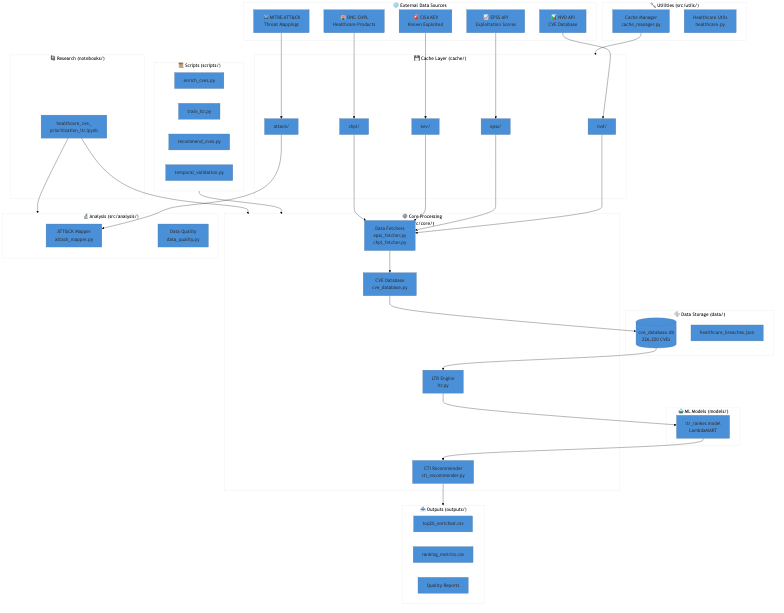
The Mermaid diagram cti_recommender/docs/diagrams/project_architecture.png in er-vinay-india/healthcare-vuln-prioritization-ltr, before a commit. Its source is kept beside it as cti_recommender/docs/diagrams/project_architecture.mmd. Its diagram source:
```mermaid
%%{init: {'theme': 'base', 'themeVariables': { 'primaryColor': '#4a90d9', 'secondaryColor': '#f0f0f0', 'tertiaryColor': '#fff'}}}%%
flowchart TB
    subgraph External["🌐 External Data Sources"]
        NVD["📊 NVD API<br/>CVE Database"]
        EPSS["📈 EPSS API<br/>Exploitation Scores"]
        KEV["🚨 CISA KEV<br/>Known Exploited"]
        ATTACK["⚔️ MITRE ATT&CK<br/>Threat Mappings"]
        CHPL["🏥 ONC CHPL<br/>Healthcare Products"]
    end

    subgraph Cache["💾 Cache Layer (cache/)"]
        NVD_C["nvd/"]
        EPSS_C["epss/"]
        KEV_C["kev/"]
        ATTACK_C["attack/"]
        CHPL_C["chpl/"]
    end

    subgraph Core["⚙️ Core Processing (src/core/)"]
        FETCHER["Data Fetchers<br/>epss_fetcher.py<br/>chpl_fetcher.py"]
        DB["CVE Database<br/>cve_database.py"]
        LTR["LTR Engine<br/>ltr.py"]
        RECOMMENDER["CTI Recommender<br/>cti_recommender.py"]
    end

    subgraph Analysis["🔬 Analysis (src/analysis/)"]
        ATTACK_MAP["ATT&CK Mapper<br/>attack_mapper.py"]
        QUALITY["Data Quality<br/>data_quality.py"]
    end

    subgraph Utils["🔧 Utilities (src/utils/)"]
        CACHE_MGR["Cache Manager<br/>cache_manager.py"]
        HEALTHCARE["Healthcare Utils<br/>healthcare.py"]
    end

    subgraph Storage["💿 Data Storage (data/)"]
        SQLITE[("cve_database.db<br/>226,320 CVEs")]
        BREACHES["healthcare_breaches.json"]
    end

    subgraph Models["🤖 ML Models (models/)"]
        LTR_MODEL["ltr_ranker.model<br/>LambdaMART"]
    end

    subgraph Outputs["📤 Outputs (outputs/)"]
        TOP20["top20_enriched.csv"]
        METRICS["ranking_metrics.csv"]
        REPORTS["Quality Reports"]
    end

    subgraph Scripts["📜 Scripts (scripts/)"]
        ENRICH["enrich_cves.py"]
        TRAIN["train_ltr.py"]
        RECOMMEND["recommend_cves.py"]
        VALIDATE["temporal_validation.py"]
    end

    subgraph Notebook["📓 Research (notebooks/)"]
        NB["healthcare_cve_<br/>prioritization_ltr.ipynb"]
    end

    NVD --> NVD_C
    EPSS --> EPSS_C
    KEV --> KEV_C
    ATTACK --> ATTACK_C
    CHPL --> CHPL_C

    NVD_C --> FETCHER
    EPSS_C --> FETCHER
    KEV_C --> FETCHER
    CHPL_C --> FETCHER
    ATTACK_C --> ATTACK_MAP

    FETCHER --> DB
    DB --> SQLITE
    CACHE_MGR --> Cache

    SQLITE --> LTR
    LTR --> LTR_MODEL
    LTR_MODEL --> RECOMMENDER
    RECOMMENDER --> Outputs

    Scripts --> Core
    NB --> Core
    NB --> Analysis
```
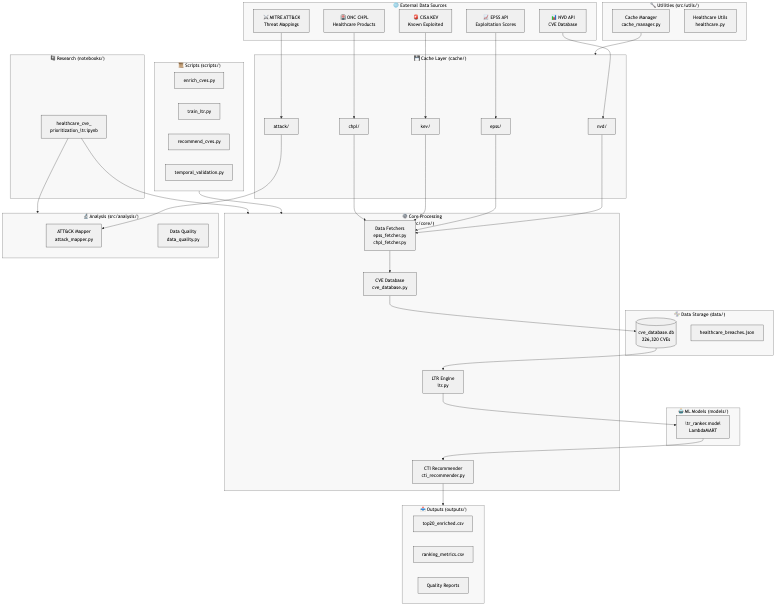
After the change.

Commit message:
fix: improve diagram contrast - white background, black text

Diff of the diagram source:
```diff
@@ -1,4 +1,4 @@
-%%{init: {'theme': 'base', 'themeVariables': { 'primaryColor': '#4a90d9', 'secondaryColor': '#f0f0f0', 'tertiaryColor': '#fff'}}}%%
+%%{init: {'theme': 'base', 'themeVariables': { 'primaryColor': '#e8e8e8', 'primaryTextColor': '#000000', 'primaryBorderColor': '#333333', 'secondaryColor': '#f5f5f5', 'secondaryTextColor': '#000000', 'tertiaryColor': '#ffffff', 'tertiaryTextColor': '#000000', 'lineColor': '#333333', 'textColor': '#000000', 'background': '#ffffff', 'mainBkg': '#f0f0f0', 'nodeBorder': '#333333', 'clusterBkg': '#f8f8f8', 'clusterBorder': '#666666', 'titleColor': '#000000'}}}%%
 flowchart TB
     subgraph External["🌐 External Data Sources"]
         NVD["📊 NVD API<br/>CVE Database"]
```
